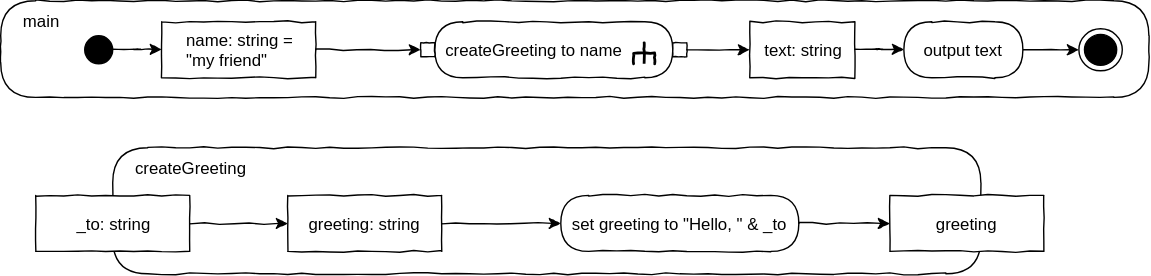
Earlier version of the draw.io export X01_Appendix/UML/SubActivityInOut.svg (JirkaDellOro/Code-Inverted). Source tidied: cells renumbered, new cells last; positions are measured from the earlier drawing's top-left corner, leaving out a move shared by most shapes.
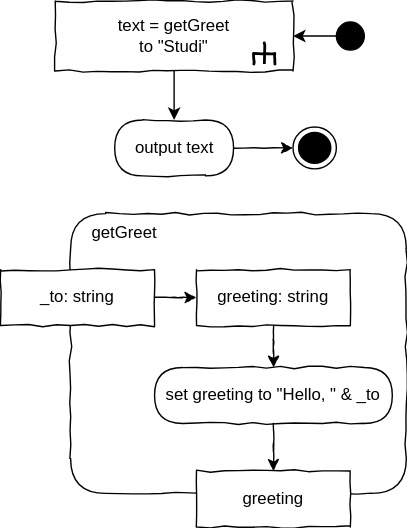
After the change.

Commit message:
Activity diagrams done

Change to the diagram source:
```diff
@@ -2,23 +2,26 @@
   <root>
     <mxCell id="0" />
     <mxCell id="1" parent="0" />
-    <mxCell id="2" value="&lt;div style=&quot;text-align: left&quot;&gt;&lt;span&gt;&amp;nbsp; &amp;nbsp; main&lt;/span&gt;&lt;/div&gt;" style="rounded=1;whiteSpace=wrap;html=1;shadow=0;glass=0;comic=1;strokeColor=#000000;labelPosition=center;verticalLabelPosition=middle;align=left;verticalAlign=top;absoluteArcSize=1;arcSize=50;" parent="1" vertex="1">
-      <mxGeometry width="820" height="69" as="geometry" />
-    </mxCell>
+    <mxCell id="27" style="edgeStyle=orthogonalEdgeStyle;rounded=0;jettySize=auto;html=1;exitX=0;exitY=0.5;exitDx=0;exitDy=0;" parent="1" edge="1" source="3" target="4">
+      <mxGeometry relative="1" as="geometry" />
+    </mxCell>
     <mxCell id="3" style="ellipse;whiteSpace=wrap;html=1;rounded=0;shadow=0;comic=0;labelBackgroundColor=none;strokeColor=#000000;strokeWidth=1;fillColor=#000000;fontFamily=Verdana;fontSize=12;fontColor=#000000;align=center;comic=1;" parent="1" vertex="1">
-      <mxGeometry x="60" y="25" width="20" height="20" as="geometry" />
+      <mxGeometry x="319" y="147" width="20" height="20" as="geometry" />
     </mxCell>
+    <mxCell id="28" style="edgeStyle=orthogonalEdgeStyle;rounded=0;jettySize=auto;html=1;exitX=0.5;exitY=1;exitDx=0;exitDy=0;" parent="1" edge="1" source="4" target="21">
+      <mxGeometry relative="1" as="geometry" />
+    </mxCell>
-    <mxCell id="4" value="createGreeting to name&amp;nbsp; &amp;nbsp; &amp;nbsp; &amp;nbsp; &amp;nbsp;" style="rounded=1;whiteSpace=wrap;html=1;absoluteArcSize=1;arcSize=50;strokeWidth=1;shadow=0;comic=1;" parent="1" vertex="1">
-      <mxGeometry x="310" y="15" width="170" height="40" as="geometry" />
+    <mxCell id="4" value="&lt;span style=&quot;text-align: left;&quot;&gt;text =&amp;nbsp;&lt;/span&gt;getGreet&lt;br&gt;to &quot;Studi&quot;" style="rounded=0;whiteSpace=wrap;html=1;absoluteArcSize=1;arcSize=50;strokeWidth=1;shadow=0;comic=1;" parent="1" vertex="1">
+      <mxGeometry x="118" y="132" width="170" height="50" as="geometry" />
     </mxCell>
     <mxCell id="5" style="ellipse;html=1;shape=endState;fillColor=#000000;strokeColor=#000000;comic=1;" parent="1" vertex="1">
-      <mxGeometry x="770" y="20" width="31" height="30" as="geometry" />
+      <mxGeometry x="288" y="222" width="31" height="30" as="geometry" />
     </mxCell>
     <mxCell id="6" style="edgeStyle=orthogonalEdgeStyle;rounded=0;jettySize=auto;html=1;comic=1;" parent="1" edge="1" source="21" target="5">
       <mxGeometry relative="1" as="geometry" />
     </mxCell>
     <mxCell id="7" style="group;rotation=90;" parent="1" vertex="1">
-      <mxGeometry x="450" y="25" width="20" height="20" as="geometry" />
+      <mxGeometry x="258" y="157" width="20" height="20" as="geometry" />
     </mxCell>
     <mxCell id="8" style="strokeWidth=2;html=1;shape=mxgraph.flowchart.annotation_2;align=left;rounded=1;comic=1;rotation=90;" parent="7" vertex="1">
       <mxGeometry x="2" y="5" width="15" height="15" as="geometry" />
@@ -26,11 +29,11 @@
     <mxCell id="9" style="endArrow=none;html=1;entryX=0.508;entryY=0.487;entryPerimeter=0;exitX=1;exitY=0.5;exitPerimeter=0;strokeWidth=2;" parent="7" edge="1" source="8" target="8">
       <mxGeometry relative="1" as="geometry" />
     </mxCell>
-    <mxCell id="10" value="&lt;div style=&quot;text-align: left&quot;&gt;&lt;span&gt;&amp;nbsp; &amp;nbsp; createGreeting&lt;/span&gt;&lt;/div&gt;" style="rounded=1;whiteSpace=wrap;html=1;shadow=0;glass=0;comic=1;strokeColor=#000000;labelPosition=center;verticalLabelPosition=middle;align=left;verticalAlign=top;absoluteArcSize=1;arcSize=50;" parent="1" vertex="1">
-      <mxGeometry x="80" y="105" width="620" height="90" as="geometry" />
+    <mxCell id="10" value="&lt;div style=&quot;text-align: left&quot;&gt;&lt;span&gt;&amp;nbsp; &amp;nbsp; getGreet&lt;/span&gt;&lt;/div&gt;" style="rounded=1;whiteSpace=wrap;html=1;shadow=0;glass=0;comic=1;strokeColor=#000000;labelPosition=center;verticalLabelPosition=middle;align=left;verticalAlign=top;absoluteArcSize=1;arcSize=50;" parent="1" vertex="1">
+      <mxGeometry x="129" y="284" width="240" height="200" as="geometry" />
     </mxCell>
     <mxCell id="11" value="set greeting to &quot;Hello, &quot; &amp;amp; _to" style="rounded=1;whiteSpace=wrap;html=1;absoluteArcSize=1;arcSize=50;strokeWidth=1;shadow=0;comic=1;" parent="1" vertex="1">
-      <mxGeometry x="400" y="139" width="170" height="40" as="geometry" />
+      <mxGeometry x="189" y="394" width="170" height="40" as="geometry" />
     </mxCell>
     <mxCell id="12" style="edgeStyle=orthogonalEdgeStyle;rounded=0;jettySize=auto;html=1;comic=1;" parent="1" edge="1" source="24" target="11">
       <mxGeometry relative="1" as="geometry" />
@@ -38,44 +41,20 @@
     <mxCell id="13" style="edgeStyle=orthogonalEdgeStyle;rounded=0;jettySize=auto;html=1;comic=1;" parent="1" edge="1" source="11" target="26">
       <mxGeometry relative="1" as="geometry" />
     </mxCell>
-    <mxCell id="14" value="&lt;div style=&quot;text-align: left&quot;&gt;name: string =&lt;/div&gt;&lt;div style=&quot;text-align: left&quot;&gt;&quot;my friend&quot;&lt;/div&gt;" style="rounded=0;whiteSpace=wrap;html=1;comic=1;" parent="1" vertex="1">
-      <mxGeometry x="115" y="15" width="110" height="40" as="geometry" />
-    </mxCell>
-    <mxCell id="15" style="edgeStyle=orthogonalEdgeStyle;rounded=0;jettySize=auto;html=1;comic=1;" parent="1" edge="1" source="3" target="14">
-      <mxGeometry relative="1" as="geometry" />
-    </mxCell>
-    <mxCell id="16" value="&lt;div style=&quot;text-align: left&quot;&gt;&lt;br&gt;&lt;/div&gt;" style="rounded=0;whiteSpace=wrap;html=1;comic=1;" parent="1" vertex="1">
-      <mxGeometry x="300" y="30" width="10" height="10" as="geometry" />
-    </mxCell>
-    <mxCell id="17" style="edgeStyle=orthogonalEdgeStyle;rounded=0;jettySize=auto;html=1;comic=1;" parent="1" edge="1" source="14" target="16">
-      <mxGeometry relative="1" as="geometry" />
-    </mxCell>
-    <mxCell id="18" value="&lt;div style=&quot;text-align: left&quot;&gt;&lt;br&gt;&lt;/div&gt;" style="rounded=0;whiteSpace=wrap;html=1;comic=1;" parent="1" vertex="1">
-      <mxGeometry x="480" y="30" width="10" height="10" as="geometry" />
-    </mxCell>
-    <mxCell id="19" value="&lt;div style=&quot;text-align: left&quot;&gt;text: string&lt;/div&gt;" style="rounded=0;whiteSpace=wrap;html=1;comic=1;" parent="1" vertex="1">
-      <mxGeometry x="535" y="15" width="75" height="40" as="geometry" />
-    </mxCell>
-    <mxCell id="20" style="edgeStyle=orthogonalEdgeStyle;rounded=0;jettySize=auto;html=1;comic=1;" parent="1" edge="1" source="18" target="19">
-      <mxGeometry relative="1" as="geometry" />
-    </mxCell>
     <mxCell id="21" value="output text" style="rounded=1;whiteSpace=wrap;html=1;absoluteArcSize=1;arcSize=50;strokeWidth=1;shadow=0;comic=1;" parent="1" vertex="1">
-      <mxGeometry x="645" y="15" width="85" height="40" as="geometry" />
+      <mxGeometry x="160.5" y="217" width="85" height="40" as="geometry" />
     </mxCell>
-    <mxCell id="22" style="edgeStyle=orthogonalEdgeStyle;rounded=0;jettySize=auto;html=1;comic=1;" parent="1" edge="1" source="19" target="21">
-      <mxGeometry relative="1" as="geometry" />
-    </mxCell>
     <mxCell id="23" value="&lt;div style=&quot;text-align: left&quot;&gt;_to: string&lt;/div&gt;" style="rounded=0;whiteSpace=wrap;html=1;comic=1;" parent="1" vertex="1">
-      <mxGeometry x="25" y="139" width="110" height="40" as="geometry" />
+      <mxGeometry x="79" y="324" width="110" height="40" as="geometry" />
     </mxCell>
     <mxCell id="24" value="&lt;div style=&quot;text-align: left&quot;&gt;greeting: string&lt;/div&gt;" style="rounded=0;whiteSpace=wrap;html=1;comic=1;" parent="1" vertex="1">
-      <mxGeometry x="205" y="139" width="110" height="40" as="geometry" />
+      <mxGeometry x="219" y="324" width="110" height="40" as="geometry" />
     </mxCell>
     <mxCell id="25" style="edgeStyle=orthogonalEdgeStyle;rounded=0;jettySize=auto;html=1;comic=1;" parent="1" edge="1" source="23" target="24">
       <mxGeometry relative="1" as="geometry" />
     </mxCell>
     <mxCell id="26" value="&lt;div style=&quot;text-align: left&quot;&gt;greeting&lt;/div&gt;" style="rounded=0;whiteSpace=wrap;html=1;comic=1;" parent="1" vertex="1">
-      <mxGeometry x="635" y="139" width="110" height="40" as="geometry" />
+      <mxGeometry x="219" y="468" width="110" height="40" as="geometry" />
     </mxCell>
   </root>
 </mxGraphModel>
```
